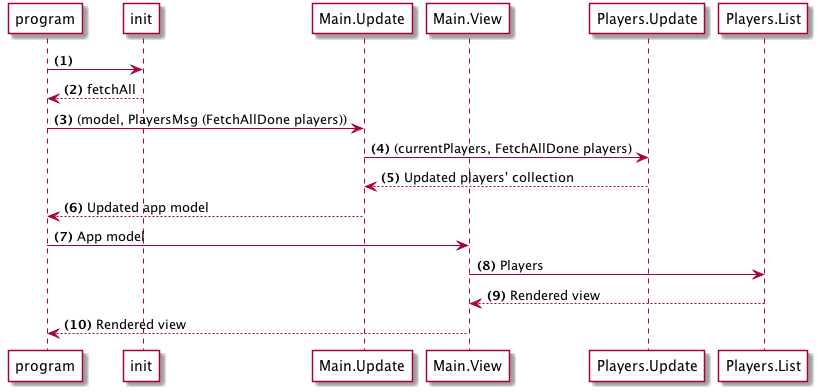
This is en/06-fetching-resources/01-plan.png from sporto/elm-tutorial, a PlantUML export, as it was before one commit.
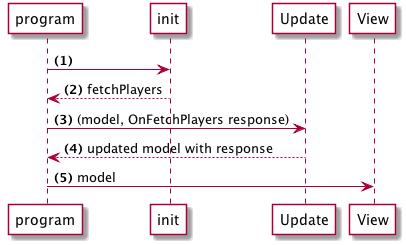
After the change.

Commit message:
Update Plan for Fetch

Diff of the diagram source:
```diff
@@ -4,19 +4,12 @@
 
 participant program #white
 participant init #white
-participant Main.Update as MU #white
-participant Main.View as MV #white
-participant Players.Update as PU #white
-participant Players.List as PL #white
+participant Update #white
+participant View #white
 
 program -> init
-init --> program : fetchAll
-program -> MU : (model, PlayersMsg (FetchAllDone players))
-MU -> PU : (currentPlayers, FetchAllDone players)
-PU --> MU : Updated players' collection
-MU --> program : Updated app model
-program -> MV : App model
-MV -> PL : Players
-PL --> MV :Rendered view
-MV --> program : Rendered view
+init --> program : fetchPlayers
+program -> Update : (model, OnFetchPlayers response)
+Update --> program : updated model with response
+program -> View : model
 @enduml
```
